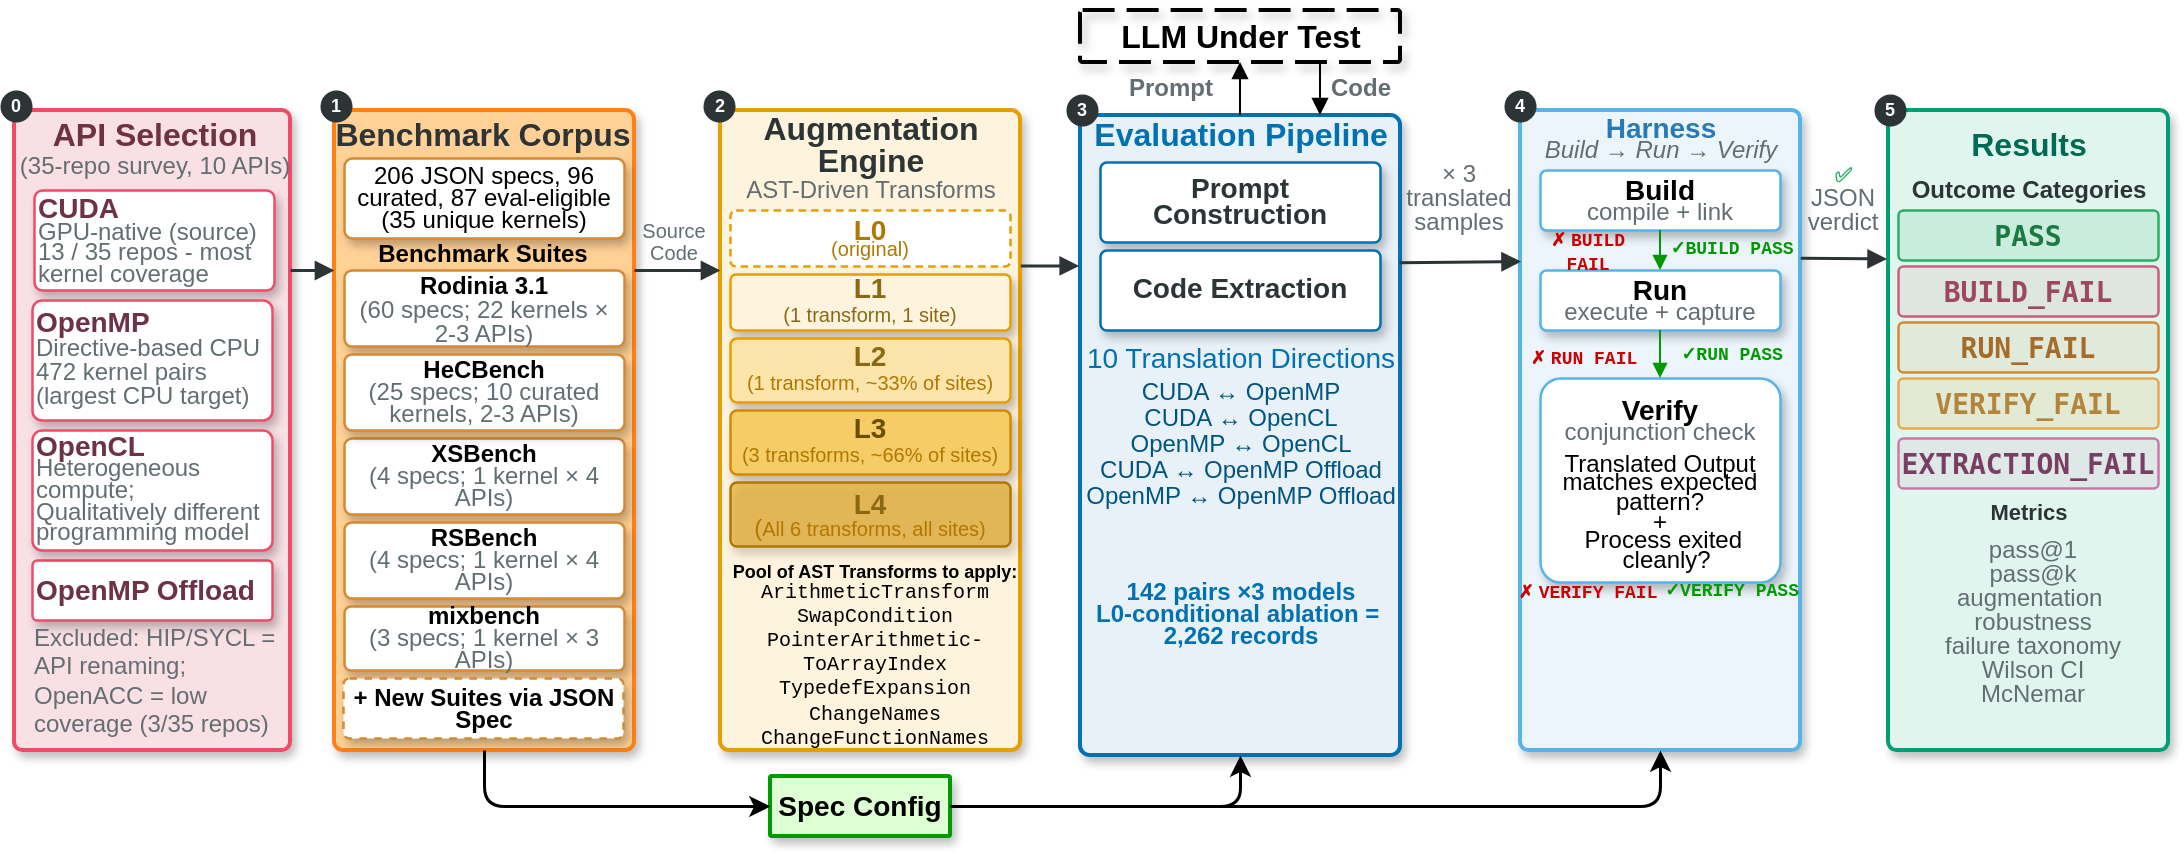
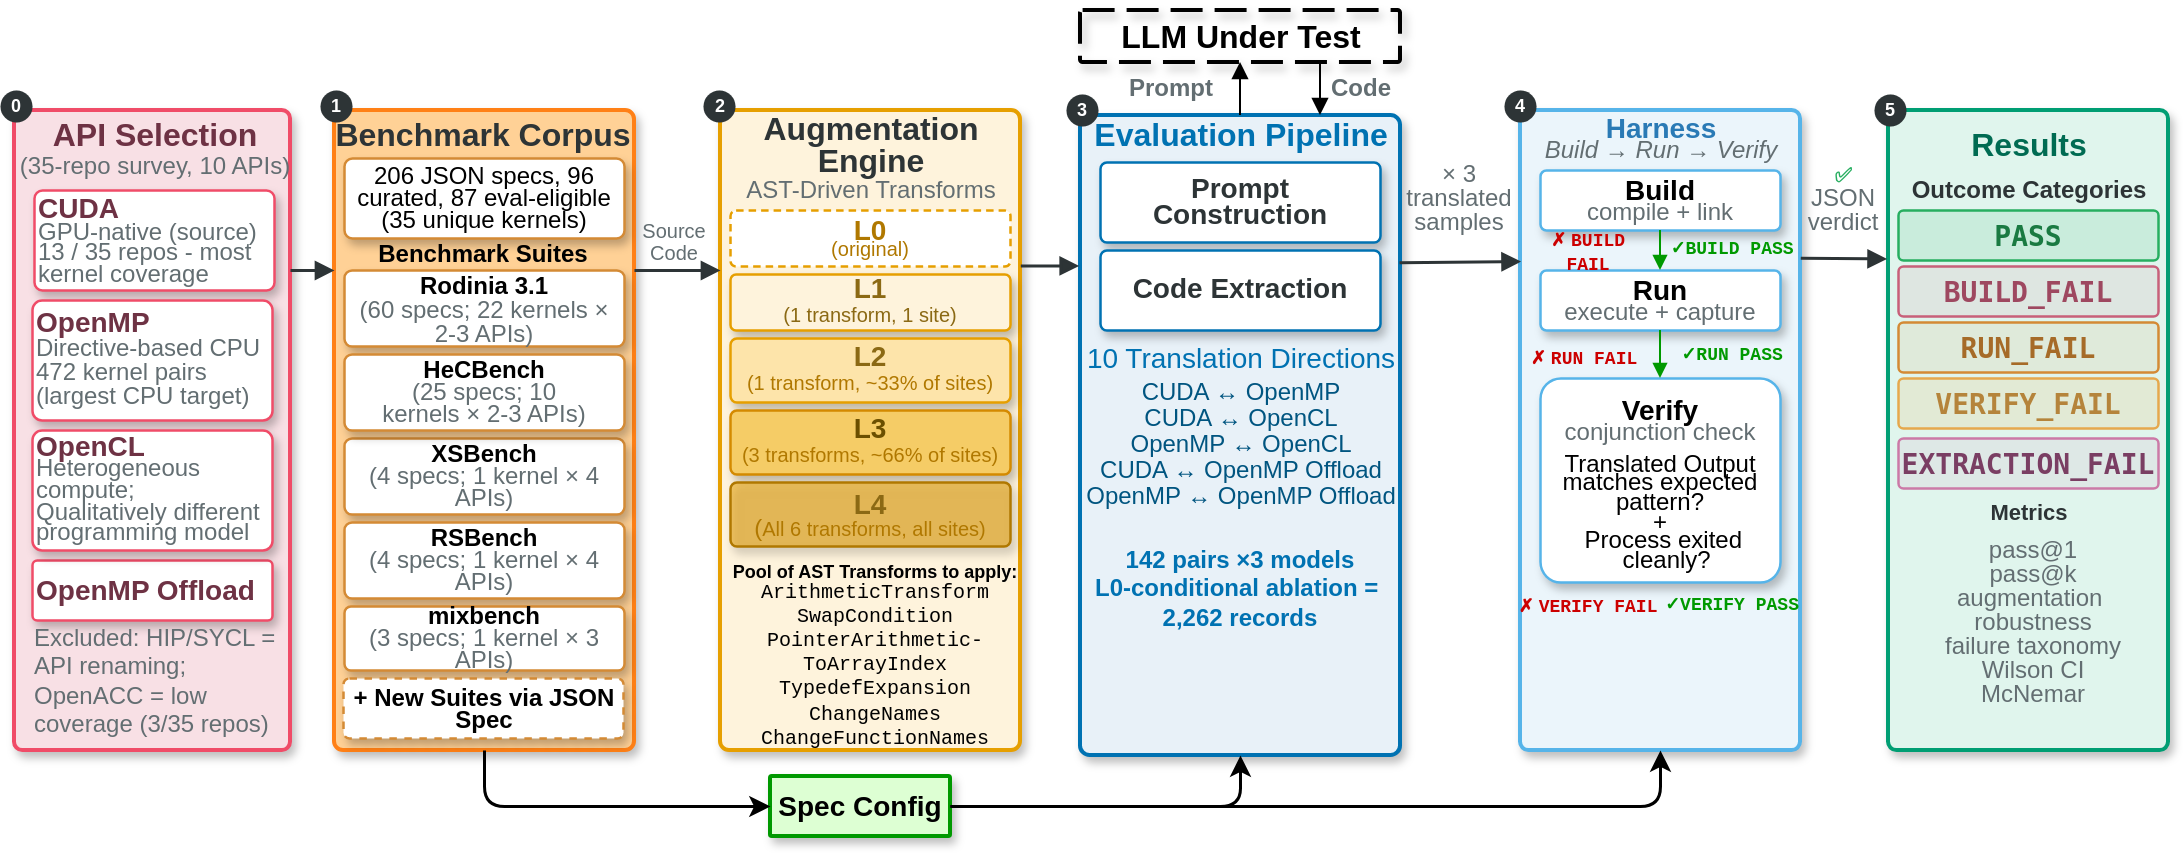
<mxfile host="Electron" agent="Mozilla/5.0 (Macintosh; Intel Mac OS X 10_15_7) AppleWebKit/537.36 (KHTML, like Gecko) draw.io/29.6.6 Chrome/144.0.7559.236 Electron/40.8.4 Safari/537.36">
  <diagram name="Page-1" id="bUnr9loA30vD7awPn5Ir">
-     <mxGraphModel dx="1881" dy="716" grid="1" gridSize="10" guides="1" tooltips="1" connect="1" arrows="1" fold="1" page="1" pageScale="1" pageWidth="990" pageHeight="600" background="#ffffff" math="0" shadow="0">
+     <mxGraphModel dx="1403" dy="332" grid="1" gridSize="10" guides="1" tooltips="1" connect="1" arrows="1" fold="1" page="1" pageScale="1" pageWidth="990" pageHeight="600" background="#ffffff" math="0" shadow="0">
      <root>
        <mxCell id="0" />
        <mxCell id="1" parent="0" />
        <mxCell id="akmjjUN86HI4yd5fyELq-2" parent="1" style="rounded=1;whiteSpace=wrap;html=1;arcSize=3;fillColor=#F8E0E5;strokeColor=#F04C68;strokeWidth=2;shadow=1;glass=0;gradientColor=none;" value="" vertex="1">
          <mxGeometry height="320" width="138" x="-143" y="110" as="geometry" />
        </mxCell>
        <mxCell id="llm_container" parent="1" style="rounded=1;arcSize=5;fillColor=none;strokeColor=#000000;strokeWidth=2;dashed=1;dashPattern=8 3;shadow=1;labelBackgroundColor=none;html=1;autosizeText=1;fontSize=6;" value="&lt;b&gt;&lt;font style=&quot;font-size: 16px;&quot;&gt;LLM Under Test&lt;/font&gt;&lt;/b&gt;" vertex="1">
          <mxGeometry height="26" width="160" x="390" y="60" as="geometry" />
        </mxCell>
        <mxCell id="benchmark_container" parent="1" style="rounded=1;whiteSpace=wrap;html=1;arcSize=3;fillColor=#FFD196;strokeColor=#FF8016;strokeWidth=2;shadow=1;" value="" vertex="1">
          <mxGeometry height="320" width="150" x="17" y="110" as="geometry" />
        </mxCell>
        <mxCell id="suites_header" parent="1" style="text;html=1;align=center;verticalAlign=middle;fontSize=12;fontColor=#2D3436;rounded=1;" value="&lt;b&gt;&lt;font style=&quot;color: rgb(0, 0, 0); line-height: 80%;&quot;&gt;Benchmark Suites&lt;/font&gt;&lt;/b&gt;" vertex="1">
          <mxGeometry height="20" width="130" x="26" y="172" as="geometry" />
        </mxCell>
        <mxCell id="rodinia" parent="1" style="rounded=1;whiteSpace=wrap;html=1;arcSize=10;fillColor=#FFFFFF;strokeColor=#D48A35;strokeWidth=1.25;fontSize=12;shadow=1;" value="&lt;div style=&quot;line-height: 100%;&quot;&gt;&lt;b&gt;&lt;font style=&quot;line-height: 100%;&quot;&gt;&lt;font&gt;Rodinia 3.1&lt;/font&gt;&lt;br&gt;&lt;div style=&quot;font-size: 14px; line-height: 80%;&quot;&gt;&lt;font style=&quot;color: rgb(99, 110, 114); background-color: transparent; font-size: 12px; font-weight: normal; line-height: 80%;&quot;&gt;(&lt;/font&gt;&lt;font style=&quot;color: rgb(99, 110, 114); background-color: transparent; font-size: 12px; font-weight: normal; line-height: 80%;&quot;&gt;&lt;span&gt;60 specs; 22 kernels × 2-3 APIs)&lt;/span&gt;&lt;/font&gt;&lt;/div&gt;&lt;/font&gt;&lt;/b&gt;&lt;/div&gt;" vertex="1">
          <mxGeometry height="38" width="140" x="22" y="190" as="geometry" />
        </mxCell>
        <mxCell id="xsbench" parent="1" style="rounded=1;whiteSpace=wrap;html=1;arcSize=10;fillColor=#FFFFFF;strokeColor=#D48A35;strokeWidth=1.25;fontSize=12;shadow=1;" value="&lt;div style=&quot;line-height: 90%;&quot;&gt;&lt;font style=&quot;line-height: 90%;&quot;&gt;&lt;b style=&quot;&quot;&gt;&lt;font&gt;XSBench&lt;/font&gt;&lt;br&gt;&lt;/b&gt;&lt;/font&gt;&lt;font style=&quot;line-height: 80%;&quot;&gt;&lt;span style=&quot;color: rgb(99, 110, 114);&quot;&gt;(4 specs;&amp;nbsp;&lt;/span&gt;&lt;span style=&quot;color: rgb(99, 110, 114); text-align: left;&quot;&gt;1 kernel&amp;nbsp;&lt;/span&gt;&lt;span style=&quot;color: rgb(99, 110, 114); text-align: left;&quot;&gt;×&lt;/span&gt;&lt;span style=&quot;color: rgb(99, 110, 114); text-align: left;&quot;&gt;&amp;nbsp;4 APIs&lt;/span&gt;&lt;span style=&quot;color: rgb(99, 110, 114);&quot;&gt;)&lt;/span&gt;&lt;/font&gt;&lt;/div&gt;" vertex="1">
          <mxGeometry height="38" width="140" x="22" y="274" as="geometry" />
        </mxCell>
        <mxCell id="rsbench" parent="1" style="rounded=1;whiteSpace=wrap;html=1;arcSize=10;fillColor=#FFFFFF;strokeColor=#D48A35;strokeWidth=1.25;fontSize=12;shadow=1;" value="&lt;div style=&quot;line-height: 90%;&quot;&gt;&lt;b&gt;&lt;font style=&quot;line-height: 90%;&quot;&gt;&lt;font&gt;RSBench&lt;/font&gt;&lt;br&gt;&lt;/font&gt;&lt;/b&gt;&lt;font style=&quot;line-height: 80%;&quot;&gt;&lt;span style=&quot;color: rgb(99, 110, 114);&quot;&gt;(4 specs;&amp;nbsp;&lt;/span&gt;&lt;span style=&quot;color: rgb(99, 110, 114); text-align: left;&quot;&gt;1 kernel&amp;nbsp;&lt;/span&gt;&lt;span style=&quot;color: rgb(99, 110, 114); text-align: left;&quot;&gt;×&lt;/span&gt;&lt;span style=&quot;color: rgb(99, 110, 114); text-align: left;&quot;&gt;&amp;nbsp;4 APIs&lt;/span&gt;&lt;span style=&quot;color: rgb(99, 110, 114);&quot;&gt;)&lt;/span&gt;&lt;/font&gt;&lt;/div&gt;" vertex="1">
          <mxGeometry height="38" width="140" x="22" y="316" as="geometry" />
        </mxCell>
        <mxCell id="mixbench" parent="1" style="rounded=1;whiteSpace=wrap;html=1;arcSize=10;fillColor=#FFFFFF;strokeColor=#D48A35;strokeWidth=1.25;fontSize=12;shadow=1;movable=1;resizable=1;rotatable=1;deletable=1;editable=1;locked=0;connectable=1;" value="&lt;div style=&quot;line-height: 90%;&quot;&gt;&lt;b&gt;&lt;font style=&quot;line-height: 90%;&quot;&gt;&lt;font&gt;mixbench&lt;/font&gt;&lt;br&gt;&lt;/font&gt;&lt;/b&gt;&lt;font style=&quot;line-height: 80%;&quot;&gt;&lt;span style=&quot;color: rgb(99, 110, 114);&quot;&gt;(3 specs;&amp;nbsp;&lt;/span&gt;&lt;span style=&quot;color: rgb(99, 110, 114); text-align: left;&quot;&gt;1 kernel&amp;nbsp;&lt;/span&gt;&lt;span style=&quot;color: rgb(99, 110, 114); text-align: left;&quot;&gt;×&lt;/span&gt;&lt;span style=&quot;color: rgb(99, 110, 114); text-align: left;&quot;&gt;&amp;nbsp;3 APIs&lt;/span&gt;&lt;span style=&quot;color: rgb(99, 110, 114);&quot;&gt;)&lt;/span&gt;&lt;/font&gt;&lt;/div&gt;" vertex="1">
          <mxGeometry height="32" width="140" x="22" y="358" as="geometry" />
        </mxCell>
-         <mxCell id="hecbench" parent="1" style="rounded=1;whiteSpace=wrap;html=1;arcSize=10;fillColor=#FFFFFF;strokeColor=#D48A35;strokeWidth=1.25;fontSize=11;shadow=1;" value="&lt;div style=&quot;line-height: 100%;&quot;&gt;&lt;b&gt;&lt;font style=&quot;line-height: 100%;&quot;&gt;&lt;font style=&quot;font-size: 12px;&quot;&gt;HeCBench&lt;/font&gt;&lt;br&gt;&lt;/font&gt;&lt;/b&gt;&lt;font style=&quot;color: rgb(99, 110, 114); font-size: 12px; line-height: 80%;&quot;&gt;(25 specs;&amp;nbsp;&lt;span style=&quot;text-align: left;&quot;&gt;10 curated kernels, 2-&lt;/span&gt;&lt;span style=&quot;text-align: left;&quot;&gt;3 APIs&lt;/span&gt;)&lt;/font&gt;&lt;/div&gt;" vertex="1">
+         <mxCell id="hecbench" parent="1" style="rounded=1;whiteSpace=wrap;html=1;arcSize=10;fillColor=#FFFFFF;strokeColor=#D48A35;strokeWidth=1.25;fontSize=11;shadow=1;" value="&lt;div style=&quot;line-height: 100%;&quot;&gt;&lt;b&gt;&lt;font style=&quot;line-height: 100%;&quot;&gt;&lt;font style=&quot;font-size: 12px;&quot;&gt;HeCBench&lt;/font&gt;&lt;br&gt;&lt;/font&gt;&lt;/b&gt;&lt;font style=&quot;color: rgb(99, 110, 114); font-size: 12px; line-height: 80%;&quot;&gt;(25 specs;&amp;nbsp;&lt;span style=&quot;text-align: left;&quot;&gt;10 kernels&amp;nbsp;&lt;/span&gt;&lt;/font&gt;&lt;span style=&quot;color: rgb(99, 110, 114); font-size: 12px; background-color: transparent;&quot;&gt;×&amp;nbsp;&lt;/span&gt;&lt;span style=&quot;color: rgb(99, 110, 114); font-size: 12px; background-color: transparent; text-align: left;&quot;&gt;2-&lt;/span&gt;&lt;span style=&quot;color: rgb(99, 110, 114); font-size: 12px; background-color: transparent; text-align: left;&quot;&gt;3 APIs&lt;/span&gt;&lt;span style=&quot;color: rgb(99, 110, 114); font-size: 12px; background-color: transparent;&quot;&gt;)&lt;/span&gt;&lt;/div&gt;" vertex="1">
          <mxGeometry height="38" width="140" x="22" y="232" as="geometry" />
        </mxCell>
        <mxCell id="aug_container" parent="1" style="rounded=1;whiteSpace=wrap;html=1;arcSize=3;fillColor=#FEF3DC;strokeColor=#E69F00;strokeWidth=2;shadow=1;" value="" vertex="1">
          <mxGeometry height="320" width="150" x="210" y="110" as="geometry" />
        </mxCell>
        <mxCell id="aug_title1" parent="1" style="text;html=1;align=center;verticalAlign=middle;fontColor=#2D3436;rounded=1;" value="&lt;div style=&quot;line-height: 100%;&quot;&gt;&lt;b&gt;&lt;font&gt;&lt;font style=&quot;font-size: 16px; line-height: 100%;&quot;&gt;Augmentation&lt;br&gt;Engine&lt;/font&gt;&lt;br&gt;&lt;/font&gt;&lt;/b&gt;&lt;span style=&quot;color: rgb(99, 110, 114);&quot;&gt;&lt;font&gt;AST-Driven Transforms&lt;/font&gt;&lt;/span&gt;&lt;/div&gt;" vertex="1">
          <mxGeometry height="30" width="130" x="220" y="118" as="geometry" />
        </mxCell>
        <mxCell id="aug_transforms1" parent="1" style="text;html=1;align=center;verticalAlign=middle;fontSize=9;fontColor=#636e72;rounded=1;" value="&lt;div style=&quot;&quot;&gt;&lt;b&gt;&lt;font style=&quot;color: rgb(0, 0, 0);&quot;&gt;Pool of AST Transforms to apply:&lt;/font&gt;&lt;/b&gt;&lt;/div&gt;&lt;div style=&quot;&quot;&gt;&lt;div style=&quot;&quot;&gt;&lt;span style=&quot;color: rgb(0, 0, 0); font-family: &amp;quot;Courier New&amp;quot;; background-color: transparent;&quot;&gt;&lt;font style=&quot;font-size: 10px;&quot;&gt;ArithmeticTransform&lt;/font&gt;&lt;/span&gt;&lt;/div&gt;&lt;span style=&quot;color: rgb(77, 77, 77);&quot;&gt;&lt;div style=&quot;&quot;&gt;&lt;span style=&quot;color: rgb(0, 0, 0); font-family: &amp;quot;Courier New&amp;quot;; background-color: transparent;&quot;&gt;&lt;font style=&quot;font-size: 10px;&quot;&gt;SwapCondition&lt;/font&gt;&lt;/span&gt;&lt;/div&gt;&lt;/span&gt;&lt;/div&gt;&lt;div style=&quot;&quot;&gt;&lt;span style=&quot;color: rgb(77, 77, 77);&quot;&gt;&lt;font face=&quot;Courier New&quot; style=&quot;color: rgb(0, 0, 0); font-size: 10px;&quot;&gt;PointerArithmetic-&lt;br&gt;ToArrayIndex&lt;/font&gt;&lt;/span&gt;&lt;/div&gt;&lt;div style=&quot;&quot;&gt;&lt;div style=&quot;&quot;&gt;&lt;span style=&quot;color: rgb(0, 0, 0); font-family: &amp;quot;Courier New&amp;quot;; background-color: transparent;&quot;&gt;&lt;font style=&quot;font-size: 10px;&quot;&gt;TypedefExpansion&lt;/font&gt;&lt;/span&gt;&lt;/div&gt;&lt;span style=&quot;color: rgb(77, 77, 77);&quot;&gt;&lt;font style=&quot;font-size: 10px;&quot;&gt;&lt;div style=&quot;&quot;&gt;&lt;span style=&quot;color: rgb(0, 0, 0); font-family: &amp;quot;Courier New&amp;quot;; background-color: transparent;&quot;&gt;ChangeNames&lt;/span&gt;&lt;/div&gt;&lt;font face=&quot;Courier New&quot; style=&quot;color: rgb(0, 0, 0);&quot;&gt;&lt;div style=&quot;&quot;&gt;&lt;span style=&quot;background-color: transparent;&quot;&gt;ChangeFunctionNames&lt;/span&gt;&lt;/div&gt;&lt;/font&gt;&lt;/font&gt;&lt;/span&gt;&lt;/div&gt;" vertex="1">
          <mxGeometry height="14" width="144" x="215" y="376" as="geometry" />
        </mxCell>
        <mxCell id="L0" parent="1" style="rounded=1;whiteSpace=wrap;html=1;arcSize=10;fillColor=#FFFFFF;strokeColor=#E69F00;strokeWidth=1.25;dashed=1;dashPattern=3 2;fontSize=10;fontStyle=1;fontColor=#B07800;" value="&lt;div style=&quot;line-height: 80%;&quot;&gt;&lt;font&gt;&lt;span style=&quot;font-size: 14px; line-height: 80%;&quot;&gt;L0&lt;/span&gt;&lt;span style=&quot;font-size: 12px;&quot;&gt;&lt;br&gt;&lt;/span&gt;&lt;/font&gt;&lt;font style=&quot;font-weight: normal; line-height: 80%;&quot;&gt;(original)&lt;/font&gt;&lt;/div&gt;" vertex="1">
          <mxGeometry height="28" width="140" x="215" y="160" as="geometry" />
        </mxCell>
        <mxCell id="L1" parent="1" style="rounded=1;whiteSpace=wrap;html=1;arcSize=10;fillColor=#FEF3DC;strokeColor=#E69F00;strokeWidth=1.25;fontSize=10;fontStyle=1;fontColor=#8B6914;shadow=1;align=center;" value="&lt;font style=&quot;line-height: 80%;&quot;&gt;&lt;span style=&quot;line-height: 80%;&quot;&gt;&lt;font style=&quot;font-size: 14px;&quot;&gt;L1&lt;/font&gt;&lt;br&gt;&lt;/span&gt;&lt;font style=&quot;font-weight: normal; line-height: 80%;&quot;&gt;(1 transform, 1 site)&lt;/font&gt;&lt;/font&gt;" vertex="1">
          <mxGeometry height="28" width="140" x="215" y="192" as="geometry" />
        </mxCell>
        <mxCell id="L2" parent="1" style="rounded=1;whiteSpace=wrap;html=1;arcSize=10;fillColor=#FDE4AA;strokeColor=#E69F00;strokeWidth=1.25;fontSize=10;fontStyle=1;fontColor=#8B6914;shadow=1;align=center;" value="&lt;font style=&quot;line-height: 80%;&quot;&gt;&lt;span style=&quot;line-height: 80%;&quot;&gt;&lt;font style=&quot;font-size: 14px;&quot;&gt;L2&lt;/font&gt;&lt;br&gt;&lt;/span&gt;&lt;font style=&quot;color: rgb(176, 120, 0); font-weight: normal; line-height: 80%;&quot;&gt;(1 transform, ~33% of sites)&lt;/font&gt;&lt;/font&gt;" vertex="1">
          <mxGeometry height="32" width="140" x="215" y="224" as="geometry" />
        </mxCell>
        <mxCell id="L3" parent="1" style="rounded=1;whiteSpace=wrap;html=1;arcSize=10;fillColor=#F5CC66;strokeColor=#D48A00;strokeWidth=1.25;fontSize=10;fontStyle=1;fontColor=#6B4F00;shadow=1;align=center;perimeterSpacing=1;" value="&lt;font style=&quot;line-height: 80%;&quot;&gt;&lt;span style=&quot;line-height: 80%;&quot;&gt;&lt;font style=&quot;font-size: 14px;&quot;&gt;L3&lt;/font&gt;&lt;br&gt;&lt;/span&gt;&lt;font style=&quot;color: rgb(176, 120, 0); font-weight: normal; line-height: 80%;&quot;&gt;(3 transforms, ~66% of sites)&lt;/font&gt;&lt;/font&gt;" vertex="1">
          <mxGeometry height="32" width="140" x="215" y="260" as="geometry" />
        </mxCell>
        <mxCell id="L4" parent="1" style="rounded=1;whiteSpace=wrap;html=1;arcSize=10;fillColor=#E69F00;fillOpacity=55;strokeColor=#B07800;strokeWidth=1.25;fontSize=10;fontColor=#3D2800;shadow=1;align=center;" value="&lt;div style=&quot;line-height: 100%;&quot;&gt;&lt;font style=&quot;color: rgb(139, 105, 20);&quot;&gt;&lt;font color=&quot;#8b6914&quot; style=&quot;font-size: 14px;&quot;&gt;&lt;span style=&quot;line-height: 100%;&quot;&gt;&lt;b style=&quot;&quot;&gt;L4&lt;/b&gt;&lt;/span&gt;&lt;/font&gt;&lt;b&gt;&lt;br&gt;&lt;/b&gt;&lt;/font&gt;&lt;span style=&quot;line-height: 100%;&quot;&gt;&lt;font style=&quot;color: rgb(176, 120, 0); font-size: 12px;&quot;&gt;(&lt;/font&gt;&lt;font style=&quot;color: rgb(176, 120, 0);&quot;&gt;All 6 transforms, all sites)&lt;/font&gt;&lt;/span&gt;&lt;/div&gt;" vertex="1">
          <mxGeometry height="32" width="140" x="215" y="296" as="geometry" />
        </mxCell>
        <mxCell id="pipeline_container" parent="1" style="rounded=1;whiteSpace=wrap;html=1;arcSize=3;fillColor=#E8F1F8;strokeColor=#0072B2;strokeWidth=2;shadow=1;" value="" vertex="1">
          <mxGeometry height="320" width="160" x="390" y="112.5" as="geometry" />
        </mxCell>
        <mxCell id="pipe_title" parent="1" style="text;html=1;align=center;verticalAlign=middle;rounded=1;" value="&lt;font color=&quot;#0072B2&quot; style=&quot;font-size: 16px;&quot;&gt;&lt;b style=&quot;&quot;&gt;Evaluation Pipeline&lt;/b&gt;&lt;/font&gt;" vertex="1">
          <mxGeometry height="20" width="150" x="395" y="112" as="geometry" />
        </mxCell>
        <mxCell id="pipe_dirs_title" parent="1" style="text;html=1;align=center;verticalAlign=middle;fontSize=11;rounded=1;" value="&lt;font color=&quot;#0072B2&quot; style=&quot;font-size: 14px;&quot;&gt;10 Translation Directions&lt;/font&gt;" vertex="1">
          <mxGeometry height="20" width="150" x="395" y="224" as="geometry" />
        </mxCell>
        <mxCell id="pipe_dir1" parent="1" style="text;html=1;align=center;verticalAlign=middle;fontSize=11;fontColor=#005580;rounded=1;" value="&lt;font style=&quot;line-height: 80%; font-size: 12px;&quot; face=&quot;Helvetica&quot;&gt;CUDA  ↔  OpenMP&lt;br&gt;CUDA ↔ OpenCL&lt;br&gt;OpenMP ↔ OpenCL&lt;br&gt;CUDA ↔ OpenMP Offload&lt;br&gt;OpenMP ↔ OpenMP Offload&lt;/font&gt;" vertex="1">
          <mxGeometry height="66" width="90" x="425" y="244" as="geometry" />
-         </mxCell>
-         <mxCell id="pipe_tasks1" parent="1" style="text;html=1;align=center;verticalAlign=middle;fontSize=10;rounded=1;" value="&lt;p style=&quot;line-height: 90%;&quot;&gt;&lt;b style=&quot;line-height: 100%;&quot;&gt;&lt;font style=&quot;font-size: 12px;&quot;&gt;&lt;font face=&quot;Helvetica&quot; style=&quot;color: rgb(0, 114, 178);&quot;&gt;&lt;font style=&quot;&quot;&gt;&lt;font style=&quot;&quot;&gt;142 pairs&amp;nbsp;&lt;/font&gt;&lt;/font&gt;&lt;/font&gt;&lt;/font&gt;&lt;/b&gt;&lt;b style=&quot;background-color: transparent; color: light-dark(rgb(0, 0, 0), rgb(255, 255, 255)); line-height: 100%;&quot;&gt;&lt;font style=&quot;font-size: 12px;&quot;&gt;&lt;font face=&quot;Helvetica&quot; style=&quot;color: rgb(0, 114, 178);&quot;&gt;&lt;span class=&quot;Yjhzub&quot; data-sfc-root=&quot;c&quot; data-sfc-cb=&quot;&quot; data-processed=&quot;true&quot; style=&quot;caret-color: rgb(10, 10, 10); text-wrap-mode: wrap; text-decoration-thickness: auto; text-decoration-style: solid;&quot;&gt;×3 models&lt;br&gt;&lt;/span&gt;&lt;/font&gt;&lt;/font&gt;&lt;/b&gt;&lt;b style=&quot;background-color: transparent; color: light-dark(rgb(0, 0, 0), rgb(255, 255, 255)); line-height: 100%;&quot;&gt;&lt;font style=&quot;font-size: 12px;&quot;&gt;&lt;span style=&quot;color: rgb(0, 114, 178); background-color: transparent;&quot;&gt;&lt;span style=&quot;background-color: transparent;&quot;&gt;&lt;span class=&quot;Yjhzub&quot; data-sfc-root=&quot;c&quot; data-sfc-cb=&quot;&quot; data-processed=&quot;true&quot; style=&quot;text-wrap-mode: wrap; text-decoration-thickness: auto; text-decoration-style: solid; caret-color: rgb(10, 10, 10);&quot;&gt;L0-conditional ablation =&amp;nbsp;&lt;br&gt;&lt;/span&gt;&lt;/span&gt;&lt;b style=&quot;background-color: transparent; color: light-dark(rgb(0, 0, 0), rgb(255, 255, 255)); font-size: 10px; line-height: 100%;&quot;&gt;&lt;font style=&quot;font-size: 12px;&quot;&gt;&lt;span style=&quot;color: rgb(0, 114, 178); background-color: transparent;&quot;&gt;&lt;span style=&quot;background-color: transparent;&quot;&gt;&lt;span class=&quot;Yjhzub&quot; data-sfc-root=&quot;c&quot; data-sfc-cb=&quot;&quot; data-processed=&quot;true&quot; style=&quot;text-wrap-mode: wrap; text-decoration-thickness: auto; text-decoration-style: solid; caret-color: rgb(10, 10, 10);&quot;&gt;2,262 records&lt;/span&gt;&lt;/span&gt;&lt;/span&gt;&lt;/font&gt;&lt;/b&gt;&lt;span style=&quot;background-color: transparent;&quot;&gt;&lt;span class=&quot;Yjhzub&quot; data-sfc-root=&quot;c&quot; data-sfc-cb=&quot;&quot; data-processed=&quot;true&quot; style=&quot;text-wrap-mode: wrap; text-decoration-thickness: auto; text-decoration-style: solid; caret-color: rgb(10, 10, 10);&quot;&gt;&lt;br&gt;&lt;/span&gt;&lt;/span&gt;&lt;/span&gt;&lt;/font&gt;&lt;/b&gt;&lt;/p&gt;&lt;p&gt;&lt;/p&gt;" vertex="1">
-           <mxGeometry height="50" width="118.5" x="410.75" y="336.5" as="geometry" />
        </mxCell>
        <mxCell id="harness_container" parent="1" style="rounded=1;whiteSpace=wrap;html=1;arcSize=3;fillColor=#EBF5FB;strokeColor=#56B4E9;strokeWidth=2;shadow=1;" value="" vertex="1">
          <mxGeometry height="320" width="140" x="610" y="110" as="geometry" />
        </mxCell>
        <mxCell id="harness_title" parent="1" style="text;html=1;align=center;verticalAlign=middle;rounded=1;" value="&lt;div style=&quot;line-height: 80%;&quot;&gt;&lt;font color=&quot;#2A7AB5&quot; style=&quot;font-size: 14px; line-height: 80%;&quot;&gt;&lt;b&gt;Harness&lt;/b&gt;&lt;/font&gt;&lt;br&gt;&lt;i style=&quot;color: rgb(99, 110, 114); line-height: 80%;&quot;&gt;&lt;font&gt;Build → Run → Verify&lt;/font&gt;&lt;/i&gt;&lt;/div&gt;" vertex="1">
          <mxGeometry height="20" width="116.5" x="621.75" y="114" as="geometry" />
        </mxCell>
        <mxCell id="build_box" parent="1" style="rounded=1;whiteSpace=wrap;html=1;arcSize=10;fillColor=#FFFFFF;strokeColor=#56B4E9;strokeWidth=1.25;fontSize=13;shadow=1;" value="&lt;div style=&quot;line-height: 80%;&quot;&gt;&lt;b&gt;&lt;font style=&quot;font-size: 14px; line-height: 80%;&quot;&gt;Build&lt;/font&gt;&lt;/b&gt;&lt;br&gt;&lt;font style=&quot;line-height: 80%; font-size: 12px;&quot; color=&quot;#636e72&quot;&gt;compile + link&lt;/font&gt;&lt;/div&gt;" vertex="1">
          <mxGeometry height="30" width="120" x="620" y="140" as="geometry" />
        </mxCell>
        <mxCell id="run_box" parent="1" style="rounded=1;whiteSpace=wrap;html=1;arcSize=10;fillColor=#FFFFFF;strokeColor=#56B4E9;strokeWidth=1.25;fontSize=13;shadow=1;" value="&lt;div style=&quot;line-height: 80%;&quot;&gt;&lt;font style=&quot;font-size: 14px; line-height: 80%;&quot;&gt;&lt;b&gt;Run&lt;/b&gt;&lt;br&gt;&lt;/font&gt;&lt;font style=&quot;line-height: 80%; font-size: 12px;&quot; color=&quot;#636e72&quot;&gt;execute + capture&lt;/font&gt;&lt;/div&gt;" vertex="1">
          <mxGeometry height="30" width="120" x="620" y="190" as="geometry" />
        </mxCell>
        <mxCell id="verify_box" parent="1" style="rounded=1;whiteSpace=wrap;html=1;arcSize=10;fillColor=#FFFFFF;strokeColor=#56B4E9;strokeWidth=1.25;fontSize=13;verticalAlign=top;spacingTop=4;shadow=1;" value="&lt;div style=&quot;line-height: 80%;&quot;&gt;&lt;b&gt;&lt;font style=&quot;font-size: 14px; line-height: 80%;&quot;&gt;Verify&lt;/font&gt;&lt;/b&gt;&lt;br&gt;&lt;font style=&quot;line-height: 80%; font-size: 12px;&quot; color=&quot;#636e72&quot;&gt;conjunction check&lt;/font&gt;&lt;/div&gt;" vertex="1">
          <mxGeometry height="102" width="120" x="620" y="244" as="geometry" />
        </mxCell>
        <mxCell id="build_to_run" edge="1" parent="1" source="build_box" style="strokeColor=#009900;strokeWidth=1;endArrow=block;endFill=1;endSize=5;html=1;shadow=0;exitX=0.5;exitY=1;exitDx=0;exitDy=0;entryX=0.5;entryY=0;entryDx=0;entryDy=0;" target="run_box" value="">
          <mxGeometry relative="1" x="-0.3333" y="24" as="geometry">
            <mxPoint x="1" as="offset" />
          </mxGeometry>
        </mxCell>
        <mxCell id="run_to_verify" edge="1" parent="1" source="run_box" style="strokeColor=#009900;strokeWidth=1;endArrow=block;endFill=1;endSize=5;html=1;" target="verify_box" value="">
          <mxGeometry relative="1" as="geometry" />
        </mxCell>
        <mxCell id="results_container" parent="1" style="rounded=1;whiteSpace=wrap;html=1;arcSize=3;fillColor=#E0F5ED;strokeColor=#009E73;strokeWidth=2;shadow=1;" value="" vertex="1">
          <mxGeometry height="320" width="140" x="794" y="110" as="geometry" />
        </mxCell>
        <mxCell id="results_title" parent="1" style="text;html=1;align=center;verticalAlign=middle;rounded=1;" value="&lt;div style=&quot;line-height: 80%;&quot;&gt;&lt;font color=&quot;#006B52&quot; style=&quot;line-height: 80%; font-size: 16px;&quot;&gt;&lt;b style=&quot;&quot;&gt;Results&lt;/b&gt;&lt;/font&gt;&lt;br&gt;&lt;/div&gt;" vertex="1">
          <mxGeometry height="30" width="120" x="804" y="112.5" as="geometry" />
        </mxCell>
        <mxCell id="outcome_title" parent="1" style="text;html=1;align=center;verticalAlign=middle;fontSize=11;fontColor=#2D3436;rounded=1;" value="&lt;b&gt;&lt;font style=&quot;font-size: 12px;&quot;&gt;Outcome Categories&lt;/font&gt;&lt;/b&gt;" vertex="1">
          <mxGeometry height="20" width="120" x="804" y="140" as="geometry" />
        </mxCell>
        <mxCell id="pass_box" parent="1" style="rounded=1;whiteSpace=wrap;html=1;arcSize=10;fillColor=#27ae60;fillOpacity=12;strokeColor=#27ae60;strokeWidth=1.25;fontSize=10;fontColor=#1a7a42;" value="&lt;code&gt;&lt;b&gt;&lt;font style=&quot;font-size: 14px;&quot;&gt;PASS&lt;/font&gt;&lt;/b&gt;&lt;/code&gt;" vertex="1">
          <mxGeometry height="25" width="130" x="799" y="160" as="geometry" />
        </mxCell>
        <mxCell id="buildfail_box" parent="1" style="rounded=1;whiteSpace=wrap;html=1;arcSize=10;fillColor=#C8607A;fillOpacity=10;strokeColor=#C8607A;strokeWidth=1.25;fontSize=10;fontColor=#9E4860;" value="&lt;code&gt;&lt;b&gt;&lt;font style=&quot;font-size: 14px;&quot;&gt;BUILD_FAIL&lt;/font&gt;&lt;/b&gt;&lt;/code&gt;" vertex="1">
          <mxGeometry height="25" width="130" x="799" y="188" as="geometry" />
        </mxCell>
        <mxCell id="runfail_box" parent="1" style="rounded=1;whiteSpace=wrap;html=1;arcSize=10;fillColor=#D48A35;fillOpacity=10;strokeColor=#D48A35;strokeWidth=1.25;fontSize=10;fontColor=#A66B28;" value="&lt;code&gt;&lt;b&gt;&lt;font style=&quot;font-size: 14px;&quot;&gt;RUN_FAIL&lt;/font&gt;&lt;/b&gt;&lt;/code&gt;" vertex="1">
          <mxGeometry height="25" width="130" x="799" y="216" as="geometry" />
        </mxCell>
        <mxCell id="verifyfail_box" parent="1" style="rounded=1;whiteSpace=wrap;html=1;arcSize=10;fillColor=#E6A84D;fillOpacity=15;strokeColor=#E6A84D;strokeWidth=1.25;fontSize=10;fontColor=#B5843B;" value="&lt;code&gt;&lt;b&gt;&lt;font style=&quot;font-size: 14px;&quot;&gt;VERIFY_FAIL&lt;/font&gt;&lt;/b&gt;&lt;/code&gt;" vertex="1">
          <mxGeometry height="25" width="130" x="799" y="244" as="geometry" />
        </mxCell>
        <mxCell id="extractfail_box" parent="1" style="rounded=1;whiteSpace=wrap;html=1;arcSize=10;fillColor=#CC79A7;fillOpacity=10;strokeColor=#CC79A7;strokeWidth=1.25;fontSize=9;fontColor=#7A3E63;" value="&lt;code&gt;&lt;b&gt;&lt;font style=&quot;font-size: 14px;&quot;&gt;EXTRACTION_FAIL&lt;/font&gt;&lt;/b&gt;&lt;/code&gt;" vertex="1">
          <mxGeometry height="25" width="130" x="799" y="274" as="geometry" />
        </mxCell>
        <mxCell id="metrics_title" parent="1" style="text;html=1;align=center;verticalAlign=middle;fontSize=11;fontColor=#2D3436;rounded=1;" value="&lt;b style=&quot;line-height: 80%;&quot;&gt;Metrics&lt;/b&gt;" vertex="1">
          <mxGeometry height="20" width="120" x="804" y="301" as="geometry" />
        </mxCell>
        <mxCell id="sources_to_aug" edge="1" parent="1" source="benchmark_container" style="strokeColor=#2D3436;strokeWidth=1.5;endArrow=block;endFill=1;endSize=6;entryX=0;entryY=0.25;entryDx=0;entryDy=0;exitX=1;exitY=0.25;exitDx=0;exitDy=0;" target="aug_container">
          <mxGeometry relative="1" as="geometry">
            <mxPoint x="180" y="184" as="sourcePoint" />
            <mxPoint x="199.85" y="184" as="targetPoint" />
          </mxGeometry>
        </mxCell>
        <mxCell id="aug_to_pipe" edge="1" parent="1" source="aug_container" style="strokeColor=#2D3436;strokeWidth=1.5;endArrow=block;endFill=1;endSize=6;exitX=1.001;exitY=0.243;exitDx=0;exitDy=0;exitPerimeter=0;entryX=-0.004;entryY=0.235;entryDx=0;entryDy=0;entryPerimeter=0;" target="pipeline_container">
          <mxGeometry relative="1" as="geometry">
            <mxPoint x="360" y="182.58000000000007" as="sourcePoint" />
            <mxPoint x="388" y="188" as="targetPoint" />
          </mxGeometry>
        </mxCell>
        <mxCell id="prompt_label" parent="1" style="text;html=1;align=center;verticalAlign=middle;fontSize=10;fontColor=#636e72;rounded=1;" value="&lt;font style=&quot;font-size: 12px;&quot;&gt;&lt;b&gt;Prompt&lt;/b&gt;&lt;/font&gt;" vertex="1">
          <mxGeometry height="14" width="30" x="420" y="91.5" as="geometry" />
        </mxCell>
        <mxCell id="gemini_to_pipe" edge="1" parent="1" source="llm_container" style="strokeColor=#000000;strokeWidth=1;endArrow=block;endFill=1;endSize=6;entryX=0.75;entryY=0;entryDx=0;entryDy=0;exitX=0.75;exitY=1;exitDx=0;exitDy=0;" target="pipeline_container">
          <mxGeometry relative="1" as="geometry">
            <mxPoint x="510" y="90" as="sourcePoint" />
            <mxPoint x="498" y="112" as="targetPoint" />
          </mxGeometry>
        </mxCell>
        <mxCell id="code_label" parent="1" style="text;html=1;align=center;verticalAlign=middle;fontSize=10;fontColor=#636e72;rounded=1;" value="&lt;font style=&quot;font-size: 12px;&quot;&gt;&lt;b&gt;Code&lt;/b&gt;&lt;/font&gt;" vertex="1">
          <mxGeometry height="14" width="30" x="515" y="91.5" as="geometry" />
        </mxCell>
        <mxCell id="harness_to_results" edge="1" parent="1" source="harness_container" style="strokeColor=#2D3436;strokeWidth=1.5;endArrow=block;endFill=1;endSize=6;exitX=1.001;exitY=0.231;exitDx=0;exitDy=0;exitPerimeter=0;entryX=-0.005;entryY=0.232;entryDx=0;entryDy=0;entryPerimeter=0;" target="results_container">
          <mxGeometry relative="1" as="geometry">
            <mxPoint x="768.005" y="180.66300000000004" as="sourcePoint" />
            <mxPoint x="790" y="180" as="targetPoint" />
          </mxGeometry>
        </mxCell>
        <mxCell id="w2Y73H6_pt1177Ohcq_N-19" parent="1" style="text;html=1;whiteSpace=wrap;strokeColor=none;fillColor=none;align=center;verticalAlign=middle;rounded=1;" value="&lt;p style=&quot;line-height: 90%;&quot;&gt;&lt;font color=&quot;#636e72&quot; size=&quot;1&quot; style=&quot;line-height: 80%;&quot;&gt;&lt;span style=&quot;text-wrap-mode: nowrap;&quot;&gt;Source&lt;br&gt;&lt;/span&gt;&lt;span style=&quot;text-wrap-mode: nowrap; background-color: transparent;&quot;&gt;Code&lt;/span&gt;&lt;span style=&quot;text-wrap-mode: nowrap;&quot;&gt;&lt;/span&gt;&lt;/font&gt;&lt;/p&gt;" vertex="1">
          <mxGeometry height="24" width="50" x="162" y="163" as="geometry" />
        </mxCell>
        <mxCell id="benchmark_container_label" parent="1" style="text;html=1;align=center;verticalAlign=middle;fontSize=11;fontColor=#2D3436;fontStyle=1;rounded=1;" value="&lt;font style=&quot;font-size: 16px;&quot;&gt;Benchmark Corpus&lt;/font&gt;" vertex="1">
          <mxGeometry height="20" width="118" x="31.75" y="112" as="geometry" />
        </mxCell>
        <mxCell id="pipe_box1" parent="1" style="rounded=1;whiteSpace=wrap;html=1;arcSize=8;fillColor=#FFFFFF;strokeColor=#0072B2;strokeWidth=1.25;fontSize=10;fontColor=#2D3436;shadow=1;" value="&lt;b&gt;&lt;font style=&quot;font-size: 14px; line-height: 80%;&quot;&gt;Prompt Construction&lt;/font&gt;&lt;/b&gt;" vertex="1">
          <mxGeometry height="40" width="140" x="400" y="136" as="geometry" />
        </mxCell>
        <mxCell id="pipe_box2" parent="1" style="rounded=1;whiteSpace=wrap;html=1;arcSize=8;fillColor=#FFFFFF;strokeColor=#0072B2;strokeWidth=1.25;fontSize=10;fontColor=#2D3436;shadow=1;" value="&lt;b style=&quot;line-height: 80%;&quot;&gt;&lt;font style=&quot;font-size: 14px;&quot;&gt;Code Extraction&lt;/font&gt;&lt;/b&gt;" vertex="1">
          <mxGeometry height="40" width="140" x="400" y="180" as="geometry" />
        </mxCell>
        <mxCell id="stage_1" parent="1" style="ellipse;whiteSpace=wrap;html=1;fillColor=#2D3436;strokeColor=#2D3436;strokeWidth=0;fontSize=9;fontColor=#FFFFFF;fontStyle=1;rounded=1;" value="1" vertex="1">
          <mxGeometry height="16" width="16" x="10" y="100" as="geometry" />
        </mxCell>
        <mxCell id="stage_2" parent="1" style="ellipse;whiteSpace=wrap;html=1;fillColor=#2D3436;strokeColor=#2D3436;strokeWidth=0;fontSize=9;fontColor=#FFFFFF;fontStyle=1;rounded=1;" value="2" vertex="1">
          <mxGeometry height="16" width="16" x="201.5" y="100" as="geometry" />
        </mxCell>
        <mxCell id="stage_3" parent="1" style="ellipse;whiteSpace=wrap;html=1;fillColor=#2D3436;strokeColor=#2D3436;strokeWidth=0;fontSize=9;fontColor=#FFFFFF;fontStyle=1;rounded=1;" value="3" vertex="1">
          <mxGeometry height="16" width="16" x="383" y="102" as="geometry" />
        </mxCell>
        <mxCell id="stage_4" parent="1" style="ellipse;whiteSpace=wrap;html=1;fillColor=#2D3436;strokeColor=#2D3436;strokeWidth=0;fontSize=9;fontColor=#FFFFFF;fontStyle=1;rounded=1;" value="4" vertex="1">
          <mxGeometry height="16" width="16" x="602" y="100" as="geometry" />
        </mxCell>
        <mxCell id="stage_5" parent="1" style="ellipse;whiteSpace=wrap;html=1;fillColor=#2D3436;strokeColor=#2D3436;strokeWidth=0;fontSize=9;fontColor=#FFFFFF;fontStyle=1;rounded=1;" value="5" vertex="1">
          <mxGeometry height="16" width="16" x="787" y="102" as="geometry" />
        </mxCell>
        <mxCell id="harness_to_results_label" parent="1" style="text;html=1;align=center;verticalAlign=middle;fontSize=10;fontColor=#636e72;rounded=1;" value="&lt;font style=&quot;line-height: 90%;&quot;&gt;&lt;font color=&quot;#27ae60&quot;&gt;&lt;b&gt;✅&lt;/b&gt;&lt;/font&gt;&lt;br&gt;&lt;font style=&quot;font-size: 12px;&quot;&gt;JSON&lt;br&gt;verdict&lt;/font&gt;&lt;/font&gt;" vertex="1">
          <mxGeometry height="28" width="42" x="750" y="140" as="geometry" />
        </mxCell>
        <mxCell id="metrics_compact" parent="1" style="text;html=1;align=center;verticalAlign=top;fontSize=10;fontColor=#636e72;spacingLeft=4;rounded=1;" value="&lt;div style=&quot;line-height: 100%;&quot;&gt;&lt;font style=&quot;font-size: 12px; line-height: 100%;&quot;&gt;pass@1&lt;br&gt;pass@k&lt;br&gt;augmentation&amp;nbsp;&lt;/font&gt;&lt;div&gt;&lt;font style=&quot;font-size: 12px; line-height: 100%;&quot;&gt;robustness&lt;br&gt;failure taxonomy&lt;br&gt;Wilson CI&lt;br&gt;McNemar&lt;/font&gt;&lt;/div&gt;&lt;/div&gt;" vertex="1">
          <mxGeometry height="70" width="91" x="818.5" y="316.5" as="geometry" />
        </mxCell>
        <mxCell id="akmjjUN86HI4yd5fyELq-3" parent="1" style="text;html=1;align=center;verticalAlign=middle;rounded=1;" value="&lt;font style=&quot;line-height: 90%;&quot;&gt;&lt;font style=&quot;font-size: 16px;&quot;&gt;&lt;b style=&quot;color: rgb(110, 50, 68); line-height: 90%;&quot;&gt;API &lt;/b&gt;&lt;b style=&quot;line-height: 90%; color: rgb(110, 50, 68);&quot;&gt;&lt;font style=&quot;color: rgb(110, 50, 68);&quot;&gt;Selection&lt;/font&gt;&lt;/b&gt;&lt;br&gt;&lt;/font&gt;&lt;font&gt;&lt;font style=&quot;color: rgb(99, 110, 114); line-height: 90%;&quot;&gt;(&lt;/font&gt;&lt;font style=&quot;line-height: 90%; color: rgb(99, 110, 114);&quot;&gt;35-repo survey, 10 APIs)&lt;/font&gt;&lt;/font&gt;&lt;/font&gt;" vertex="1">
          <mxGeometry height="20" width="120" x="-133" y="120" as="geometry" />
        </mxCell>
        <mxCell id="akmjjUN86HI4yd5fyELq-14" parent="1" style="rounded=1;whiteSpace=wrap;html=1;arcSize=8;fillColor=#FFFFFF;strokeColor=#F04C68;strokeWidth=1.25;fontSize=10;fontColor=#2D3436;shadow=1;align=left;" value="&lt;div style=&quot;line-height: 90%;&quot;&gt;&lt;font style=&quot;color: rgb(110, 50, 68);&quot;&gt;&lt;font style=&quot;font-weight: bold; line-height: 90%; font-size: 14px;&quot;&gt;CUDA&lt;/font&gt;&lt;br&gt;&lt;/font&gt;&lt;font style=&quot;line-height: 90%; color: rgb(99, 110, 114); font-size: 12px;&quot;&gt;GPU-native (source)&lt;/font&gt;&lt;div&gt;&lt;font style=&quot;line-height: 90%; color: rgb(99, 110, 114); font-size: 12px;&quot;&gt;13 / 35 repos - most kernel coverage&lt;/font&gt;&lt;/div&gt;&lt;/div&gt;" vertex="1">
          <mxGeometry height="50" width="120" x="-133" y="150" as="geometry" />
        </mxCell>
        <mxCell id="akmjjUN86HI4yd5fyELq-16" parent="1" style="rounded=1;whiteSpace=wrap;html=1;arcSize=8;fillColor=#FFFFFF;strokeColor=#F04C68;strokeWidth=1.25;fontSize=10;fontColor=#2D3436;shadow=1;align=left;" value="&lt;span style=&quot;line-height: 90%;&quot;&gt;&lt;font style=&quot;color: rgb(110, 50, 68);&quot;&gt;&lt;font style=&quot;font-weight: bold; font-size: 14px;&quot;&gt;OpenMP&lt;/font&gt;&lt;br&gt;&lt;/font&gt;&lt;font style=&quot;color: rgb(99, 110, 114); line-height: 90%; font-size: 12px;&quot;&gt;Directive-based CPU&lt;br&gt;472 kernel pairs&lt;br&gt;(largest CPU target)&lt;/font&gt;&lt;/span&gt;" vertex="1">
          <mxGeometry height="60" width="120" x="-134" y="205" as="geometry" />
        </mxCell>
        <mxCell id="akmjjUN86HI4yd5fyELq-17" parent="1" style="rounded=1;whiteSpace=wrap;html=1;arcSize=8;fillColor=#FFFFFF;strokeColor=#F04C68;strokeWidth=1.25;fontSize=10;fontColor=#2D3436;shadow=1;align=left;" value="&lt;font&gt;&lt;font style=&quot;font-size: 14px;&quot;&gt;&lt;b style=&quot;color: rgb(110, 50, 68);&quot;&gt;OpenMP Offload&lt;/b&gt;&lt;/font&gt;&lt;br&gt;&lt;/font&gt;" vertex="1">
          <mxGeometry height="30" width="120" x="-134" y="335" as="geometry" />
        </mxCell>
        <mxCell id="akmjjUN86HI4yd5fyELq-18" parent="1" style="rounded=1;whiteSpace=wrap;html=1;arcSize=8;fillColor=#FFFFFF;strokeColor=#F04C68;strokeWidth=1.25;fontSize=10;fontColor=#2D3436;shadow=1;align=left;" value="&lt;div style=&quot;line-height: 90%;&quot;&gt;&lt;font style=&quot;color: rgb(110, 50, 68); font-size: 14px;&quot;&gt;&lt;b style=&quot;&quot;&gt;OpenCL&lt;/b&gt;&lt;br&gt;&lt;/font&gt;&lt;font style=&quot;color: rgb(99, 110, 114); line-height: 90%; font-size: 12px;&quot;&gt;Heterogeneous compute;&lt;br&gt;Qualitatively different programming model&lt;/font&gt;&lt;/div&gt;" vertex="1">
          <mxGeometry height="60" width="120" x="-134" y="270" as="geometry" />
        </mxCell>
        <mxCell id="akmjjUN86HI4yd5fyELq-11" parent="1" style="ellipse;whiteSpace=wrap;html=1;fillColor=#2D3436;strokeColor=#2D3436;strokeWidth=0;fontSize=9;fontColor=#FFFFFF;fontStyle=1;rounded=1;" value="0" vertex="1">
          <mxGeometry height="16" width="16" x="-150" y="100" as="geometry" />
        </mxCell>
        <mxCell id="akmjjUN86HI4yd5fyELq-20" parent="1" style="text;html=1;whiteSpace=wrap;strokeColor=none;fillColor=none;align=center;verticalAlign=middle;rounded=1;strokeWidth=1.25;" value="&lt;div style=&quot;line-height: 80%;&quot;&gt;&lt;div&gt;&lt;font style=&quot;line-height: 80%;&quot;&gt;Translated Output matches&amp;nbsp;&lt;span style=&quot;background-color: transparent; color: light-dark(rgb(0, 0, 0), rgb(255, 255, 255));&quot;&gt;expected pattern?&lt;br&gt;&lt;/span&gt;&lt;span style=&quot;background-color: transparent; color: light-dark(rgb(0, 0, 0), rgb(255, 255, 255));&quot;&gt;+&lt;/span&gt;&lt;/font&gt;&lt;/div&gt;&lt;div&gt;&lt;font style=&quot;line-height: 80%;&quot;&gt;&amp;nbsp;Process exited&lt;/font&gt;&lt;/div&gt;&lt;div&gt;&lt;font style=&quot;line-height: 80%;&quot;&gt;&amp;nbsp; cleanly?&lt;/font&gt;&lt;/div&gt;&lt;/div&gt;" vertex="1">
          <mxGeometry height="30" width="110" x="625" y="296" as="geometry" />
        </mxCell>
        <mxCell id="X_smrMtmK8TFg0V116sj-2" parent="1" style="text;html=1;whiteSpace=wrap;strokeColor=none;fillColor=none;align=left;verticalAlign=middle;rounded=1;" value="&lt;font style=&quot;line-height: 80%;&quot;&gt;&lt;font style=&quot;color: rgb(99, 110, 114);&quot;&gt;Excluded: HIP/SYCL = API renaming; OpenACC = low coverage (3/35 repos&lt;/font&gt;&lt;span style=&quot;color: rgb(99, 110, 114); background-color: transparent;&quot;&gt;)&lt;/span&gt;&lt;/font&gt;" vertex="1">
          <mxGeometry height="30" width="125" x="-135.5" y="380" as="geometry" />
        </mxCell>
        <mxCell id="oNcubOaH34LGjMKyqQGY-1" parent="1" style="rounded=1;whiteSpace=wrap;html=1;arcSize=3;fillColor=#DDFFD3;strokeColor=#009900;strokeWidth=2;shadow=1;" value="&lt;b&gt;&lt;font style=&quot;font-size: 14px;&quot;&gt;Spec Config&lt;/font&gt;&lt;/b&gt;" vertex="1">
          <mxGeometry height="30" width="90" x="235" y="443" as="geometry" />
        </mxCell>
        <mxCell id="oNcubOaH34LGjMKyqQGY-2" edge="1" parent="1" source="benchmark_container" style="endArrow=classic;html=1;rounded=1;entryX=0;entryY=0.5;entryDx=0;entryDy=0;exitX=0.5;exitY=1;exitDx=0;exitDy=0;edgeStyle=orthogonalEdgeStyle;curved=0;strokeWidth=1.5;" target="oNcubOaH34LGjMKyqQGY-1" value="">
          <mxGeometry height="50" relative="1" width="50" as="geometry">
            <mxPoint x="140" y="510" as="sourcePoint" />
            <mxPoint x="190" y="460" as="targetPoint" />
          </mxGeometry>
        </mxCell>
        <mxCell id="oNcubOaH34LGjMKyqQGY-3" edge="1" parent="1" source="oNcubOaH34LGjMKyqQGY-1" style="endArrow=classic;html=1;rounded=1;exitX=1;exitY=0.5;exitDx=0;exitDy=0;entryX=0.5;entryY=1;entryDx=0;entryDy=0;strokeWidth=1.5;elbow=vertical;flowAnimation=0;shadow=0;edgeStyle=orthogonalEdgeStyle;" target="harness_container" value="">
          <mxGeometry height="50" relative="1" width="50" as="geometry">
            <mxPoint x="250" y="470" as="sourcePoint" />
            <mxPoint x="480" y="458" as="targetPoint" />
          </mxGeometry>
        </mxCell>
        <mxCell id="dTBirprDGcM_VUs01LYS-1" parent="1" style="text;html=1;whiteSpace=wrap;strokeColor=none;fillColor=none;align=center;verticalAlign=middle;rounded=0;" value="&lt;div style=&quot;line-height: 80%;&quot;&gt;&lt;font style=&quot;font-size: 9px; color: rgb(0, 153, 0);&quot;&gt;&lt;b style=&quot;font-family: &amp;quot;Courier New&amp;quot;; text-wrap-mode: nowrap; line-height: 80%;&quot;&gt;✓BUILD&amp;nbsp;&lt;/b&gt;&lt;b style=&quot;background-color: transparent; text-wrap-mode: nowrap; font-family: &amp;quot;Courier New&amp;quot;; line-height: 80%;&quot;&gt;PASS&lt;/b&gt;&lt;/font&gt;&lt;/div&gt;" vertex="1">
          <mxGeometry height="14" width="44" x="694.25" y="172" as="geometry" />
        </mxCell>
        <mxCell id="dTBirprDGcM_VUs01LYS-3" parent="1" style="text;html=1;whiteSpace=wrap;strokeColor=none;fillColor=none;align=center;verticalAlign=middle;rounded=0;" value="&lt;div style=&quot;line-height: 80%;&quot;&gt;&lt;font style=&quot;font-size: 9px; color: rgb(0, 153, 0);&quot;&gt;&lt;b style=&quot;font-family: &amp;quot;Courier New&amp;quot;; text-wrap-mode: nowrap; line-height: 80%;&quot;&gt;✓RUN&amp;nbsp;&lt;/b&gt;&lt;b style=&quot;background-color: transparent; text-wrap-mode: nowrap; font-family: &amp;quot;Courier New&amp;quot;; line-height: 80%;&quot;&gt;PASS&lt;/b&gt;&lt;/font&gt;&lt;/div&gt;" vertex="1">
          <mxGeometry height="14" width="44" x="694.25" y="225" as="geometry" />
        </mxCell>
        <mxCell id="dTBirprDGcM_VUs01LYS-4" parent="1" style="text;html=1;whiteSpace=wrap;strokeColor=none;fillColor=none;align=center;verticalAlign=middle;rounded=0;" value="&lt;div style=&quot;line-height: 80%;&quot;&gt;&lt;b style=&quot;font-family: &amp;quot;Courier New&amp;quot;; text-wrap-mode: nowrap; line-height: 80%;&quot;&gt;&lt;font style=&quot;color: rgb(204, 0, 0); font-size: 9px;&quot;&gt;&lt;span style=&quot;font-family: Helvetica;&quot;&gt;✗&amp;nbsp;&lt;/span&gt;BUILD FAIL&lt;/font&gt;&lt;/b&gt;&lt;/div&gt;" vertex="1">
          <mxGeometry height="14" width="44" x="621.75" y="174" as="geometry" />
        </mxCell>
        <mxCell id="dTBirprDGcM_VUs01LYS-7" parent="1" style="text;html=1;whiteSpace=wrap;strokeColor=none;fillColor=none;align=center;verticalAlign=middle;rounded=0;" value="&lt;div style=&quot;line-height: 80%;&quot;&gt;&lt;b style=&quot;background-color: transparent; color: light-dark(rgb(0, 0, 0), rgb(255, 255, 255)); text-wrap-mode: nowrap; font-family: &amp;quot;Courier New&amp;quot;; line-height: 9.6px;&quot;&gt;&lt;font style=&quot;color: rgb(204, 0, 0); font-size: 9px;&quot;&gt;&lt;span style=&quot;font-family: Helvetica;&quot;&gt;✗&amp;nbsp;&lt;/span&gt;&lt;/font&gt;&lt;/b&gt;&lt;font face=&quot;Courier New&quot; style=&quot;font-size: 9px;&quot;&gt;&lt;b style=&quot;&quot;&gt;&lt;span style=&quot;text-wrap-mode: nowrap; line-height: 80%;&quot;&gt;&lt;font style=&quot;color: rgb(204, 0, 0);&quot;&gt;RUN&lt;/font&gt;&lt;/span&gt;&lt;span style=&quot;background-color: transparent; color: light-dark(rgb(0, 0, 0), rgb(255, 255, 255)); text-wrap-mode: nowrap; line-height: 80%;&quot;&gt;&lt;font style=&quot;color: rgb(204, 0, 0);&quot;&gt;&amp;nbsp;FAIL&lt;/font&gt;&lt;/span&gt;&lt;/b&gt;&lt;/font&gt;&lt;/div&gt;" vertex="1">
          <mxGeometry height="14" width="44" x="620" y="227" as="geometry" />
        </mxCell>
        <mxCell id="dTBirprDGcM_VUs01LYS-9" parent="1" style="text;html=1;whiteSpace=wrap;strokeColor=none;fillColor=none;align=center;verticalAlign=middle;rounded=0;" value="&lt;div style=&quot;line-height: 80%;&quot;&gt;&lt;b style=&quot;background-color: transparent; color: light-dark(rgb(0, 0, 0), rgb(255, 255, 255)); text-wrap-mode: nowrap; font-family: &amp;quot;Courier New&amp;quot;; line-height: 9.6px;&quot;&gt;&lt;font style=&quot;color: rgb(204, 0, 0); font-size: 9px;&quot;&gt;&lt;span style=&quot;font-family: Helvetica;&quot;&gt;✗&amp;nbsp;&lt;/span&gt;&lt;/font&gt;&lt;/b&gt;&lt;font face=&quot;Courier New&quot; style=&quot;font-size: 9px;&quot;&gt;&lt;b style=&quot;&quot;&gt;&lt;span style=&quot;text-wrap-mode: nowrap; line-height: 80%;&quot;&gt;&lt;font style=&quot;color: rgb(204, 0, 0);&quot;&gt;VERIFY&amp;nbsp;&lt;/font&gt;&lt;/span&gt;&lt;/b&gt;&lt;/font&gt;&lt;b style=&quot;font-size: 9px; font-family: &amp;quot;Courier New&amp;quot;; background-color: transparent; color: light-dark(rgb(0, 0, 0), rgb(255, 255, 255));&quot;&gt;&lt;span style=&quot;background-color: transparent; color: light-dark(rgb(0, 0, 0), rgb(255, 255, 255)); text-wrap-mode: nowrap; line-height: 80%;&quot;&gt;&lt;font style=&quot;color: rgb(204, 0, 0);&quot;&gt;FAIL&lt;/font&gt;&lt;/span&gt;&lt;/b&gt;&lt;/div&gt;" vertex="1">
-           <mxGeometry height="14" width="44" x="621.75" y="344" as="geometry" />
+           <mxGeometry height="14" width="44" x="621.75" y="351" as="geometry" />
        </mxCell>
        <mxCell id="dTBirprDGcM_VUs01LYS-12" edge="1" parent="1" source="oNcubOaH34LGjMKyqQGY-1" style="endArrow=classic;html=1;rounded=1;exitX=1;exitY=0.5;exitDx=0;exitDy=0;entryX=0.5;entryY=1;entryDx=0;entryDy=0;strokeWidth=1.5;edgeStyle=orthogonalEdgeStyle;curved=0;" target="pipeline_container" value="">
          <mxGeometry height="50" relative="1" width="50" as="geometry">
            <mxPoint x="360" y="450" as="sourcePoint" />
            <mxPoint x="410" y="400" as="targetPoint" />
          </mxGeometry>
        </mxCell>
        <mxCell id="pipe_to_harness" edge="1" parent="1" source="pipeline_container" style="strokeColor=#2D3436;strokeWidth=1.5;endArrow=block;endFill=1;endSize=6;entryX=0.002;entryY=0.236;entryDx=0;entryDy=0;exitX=0.997;exitY=0.23;exitDx=0;exitDy=0;exitPerimeter=0;entryPerimeter=0;" target="harness_container">
          <mxGeometry relative="1" as="geometry">
            <mxPoint x="570" y="185" as="sourcePoint" />
            <mxPoint x="620" y="180" as="targetPoint" />
          </mxGeometry>
        </mxCell>
        <mxCell id="akmjjUN86HI4yd5fyELq-25" connectable="0" parent="pipe_to_harness" style="edgeLabel;html=1;align=center;verticalAlign=middle;resizable=0;points=[];fontSize=10;labelBackgroundColor=none;rounded=1;" value="&lt;span&gt;&lt;font style=&quot;color: rgb(99, 110, 114); line-height: 80%; font-size: 12px;&quot;&gt;&lt;font color=&quot;#636e72&quot;&gt;× 3&lt;/font&gt;&lt;br&gt;&lt;font color=&quot;#636e72&quot;&gt;translated&lt;/font&gt;&lt;br&gt;&lt;font color=&quot;#636e72&quot;&gt;samples&lt;/font&gt;&lt;/font&gt;&lt;/span&gt;" vertex="1">
          <mxGeometry relative="1" x="-0.2059" as="geometry">
            <mxPoint x="5" y="-32" as="offset" />
          </mxGeometry>
        </mxCell>
        <mxCell id="XA73II8EeV_vrwSH96aa-1" parent="1" style="rounded=1;whiteSpace=wrap;html=1;arcSize=10;fillColor=#FFFFFF;strokeColor=#D48A35;strokeWidth=1.25;fontSize=12;shadow=1;dashed=1;" value="&lt;div style=&quot;line-height: 90%;&quot;&gt;&lt;b&gt;&lt;font style=&quot;line-height: 80%;&quot;&gt;+ New Suites via JSON Spec&lt;/font&gt;&lt;/b&gt;&lt;/div&gt;" vertex="1">
          <mxGeometry height="30" width="140" x="21.5" y="394" as="geometry" />
        </mxCell>
        <mxCell id="XA73II8EeV_vrwSH96aa-3" parent="1" style="rounded=1;whiteSpace=wrap;html=1;arcSize=10;fillColor=#FFFFFF;strokeColor=#D48A35;strokeWidth=1.25;fontSize=12;shadow=1;" value="&lt;div style=&quot;line-height: 90%;&quot;&gt;&lt;span style=&quot;text-align: left;&quot;&gt;&lt;font style=&quot;line-height: 80%;&quot;&gt;206 JSON specs, 96 curated, 87 eval-eligible (35 unique kernels)&lt;/font&gt;&lt;/span&gt;&lt;/div&gt;" vertex="1">
          <mxGeometry height="40" width="140" x="22" y="134" as="geometry" />
        </mxCell>
        <mxCell id="CcTL0GXSQhMWMThOCQUU-1" parent="1" style="text;html=1;whiteSpace=wrap;strokeColor=none;fillColor=none;align=center;verticalAlign=middle;rounded=0;" value="&lt;div style=&quot;line-height: 80%;&quot;&gt;&lt;font style=&quot;font-size: 9px; color: rgb(0, 153, 0);&quot;&gt;&lt;b style=&quot;font-family: &amp;quot;Courier New&amp;quot;; text-wrap-mode: nowrap; line-height: 80%;&quot;&gt;✓VERIFY&amp;nbsp;&lt;/b&gt;&lt;b style=&quot;background-color: transparent; text-wrap-mode: nowrap; font-family: &amp;quot;Courier New&amp;quot;; line-height: 80%;&quot;&gt;PASS&lt;/b&gt;&lt;/font&gt;&lt;/div&gt;" vertex="1">
-           <mxGeometry height="14" width="44" x="694.25" y="343" as="geometry" />
+           <mxGeometry height="14" width="44" x="694.25" y="350" as="geometry" />
        </mxCell>
        <mxCell id="nLdTz7dRjFeBb1wtbQrp-4" edge="1" parent="1" source="pipeline_container" style="strokeColor=#000000;strokeWidth=1;endArrow=block;endFill=1;endSize=6;exitX=0.5;exitY=0;exitDx=0;exitDy=0;entryX=0.5;entryY=1;entryDx=0;entryDy=0;" target="llm_container">
          <mxGeometry relative="1" as="geometry">
            <mxPoint x="476.5" y="85" as="sourcePoint" />
            <mxPoint x="460" y="90" as="targetPoint" />
          </mxGeometry>
        </mxCell>
        <mxCell id="akmjjUN86HI4yd5fyELq-19" edge="1" parent="1" source="akmjjUN86HI4yd5fyELq-2" style="strokeColor=#2D3436;strokeWidth=1.5;endArrow=block;endFill=1;endSize=6;exitX=1;exitY=0.25;exitDx=0;exitDy=0;entryX=0;entryY=0.25;entryDx=0;entryDy=0;rounded=1;curved=0;" target="benchmark_container">
          <mxGeometry relative="1" as="geometry">
            <mxPoint x="-20" y="184" as="sourcePoint" />
            <mxPoint x="10" y="184" as="targetPoint" />
          </mxGeometry>
+         </mxCell>
+         <mxCell id="3aBJ8jcNtJlFBT6OCD4E-1" parent="1" style="text;whiteSpace=wrap;html=1;align=center;" value="&lt;font&gt;&lt;font style=&quot;forced-color-adjust: none; color: rgb(0, 0, 0); font-family: Helvetica; font-style: normal; font-variant-ligatures: normal; font-variant-caps: normal; font-weight: 400; letter-spacing: normal; orphans: 2; text-indent: 0px; text-transform: none; widows: 2; word-spacing: 0px; -webkit-text-stroke-width: 0px; white-space: nowrap; text-decoration-thickness: initial; text-decoration-style: initial; text-decoration-color: initial;&quot;&gt;&lt;b style=&quot;forced-color-adjust: none; line-height: 11px;&quot;&gt;&lt;font style=&quot;forced-color-adjust: none;&quot;&gt;&lt;font face=&quot;Helvetica&quot; style=&quot;forced-color-adjust: none; color: rgb(0, 114, 178);&quot;&gt;&lt;font style=&quot;forced-color-adjust: none;&quot;&gt;&lt;font style=&quot;forced-color-adjust: none;&quot;&gt;142 pairs&amp;nbsp;&lt;/font&gt;&lt;/font&gt;&lt;/font&gt;&lt;/font&gt;&lt;/b&gt;&lt;b style=&quot;forced-color-adjust: none; color: light-dark(rgb(0, 0, 0), rgb(255, 255, 255)); line-height: 11px;&quot;&gt;&lt;font style=&quot;forced-color-adjust: none;&quot;&gt;&lt;font face=&quot;Helvetica&quot; style=&quot;forced-color-adjust: none; color: rgb(0, 114, 178);&quot;&gt;&lt;span class=&quot;Yjhzub&quot; data-sfc-root=&quot;c&quot; data-sfc-cb=&quot;&quot; data-processed=&quot;true&quot; style=&quot;forced-color-adjust: none; caret-color: rgb(10, 10, 10); text-wrap-mode: wrap; text-decoration-thickness: auto; text-decoration-style: solid;&quot;&gt;×3 models&lt;br style=&quot;forced-color-adjust: none;&quot;&gt;&lt;/span&gt;&lt;/font&gt;&lt;/font&gt;&lt;/b&gt;&lt;/font&gt;&lt;b style=&quot;forced-color-adjust: none; color: light-dark(rgb(0, 0, 0), rgb(255, 255, 255)); font-family: Helvetica; font-style: normal; font-variant-ligatures: normal; font-variant-caps: normal; letter-spacing: normal; orphans: 2; text-indent: 0px; text-transform: none; widows: 2; word-spacing: 0px; -webkit-text-stroke-width: 0px; white-space: nowrap; background-color: transparent; text-decoration-thickness: initial; text-decoration-style: initial; text-decoration-color: initial; line-height: 10px;&quot;&gt;&lt;font style=&quot;forced-color-adjust: none;&quot;&gt;&lt;span style=&quot;forced-color-adjust: none; color: rgb(0, 114, 178); background-color: transparent;&quot;&gt;&lt;font style=&quot;forced-color-adjust: none;&quot;&gt;&lt;span style=&quot;forced-color-adjust: none; background-color: transparent;&quot;&gt;&lt;span class=&quot;Yjhzub&quot; data-sfc-root=&quot;c&quot; data-sfc-cb=&quot;&quot; data-processed=&quot;true&quot; style=&quot;forced-color-adjust: none; text-wrap-mode: wrap; text-decoration-thickness: auto; text-decoration-style: solid; caret-color: rgb(10, 10, 10);&quot;&gt;L0-conditional ablation =&amp;nbsp;&lt;br style=&quot;forced-color-adjust: none;&quot;&gt;&lt;/span&gt;&lt;/span&gt;&lt;b style=&quot;forced-color-adjust: none; background-color: transparent; color: light-dark(rgb(0, 0, 0), rgb(255, 255, 255)); line-height: 11px;&quot;&gt;&lt;font style=&quot;forced-color-adjust: none;&quot;&gt;&lt;span style=&quot;forced-color-adjust: none; color: rgb(0, 114, 178); background-color: transparent;&quot;&gt;&lt;span style=&quot;forced-color-adjust: none; background-color: transparent;&quot;&gt;&lt;span class=&quot;Yjhzub&quot; data-sfc-root=&quot;c&quot; data-sfc-cb=&quot;&quot; data-processed=&quot;true&quot; style=&quot;forced-color-adjust: none; text-wrap-mode: wrap; text-decoration-thickness: auto; text-decoration-style: solid; caret-color: rgb(10, 10, 10);&quot;&gt;2,262 records&lt;/span&gt;&lt;/span&gt;&lt;/span&gt;&lt;/font&gt;&lt;/b&gt;&lt;/font&gt;&lt;/span&gt;&lt;/font&gt;&lt;/b&gt;&lt;/font&gt;" vertex="1">
+           <mxGeometry height="70" width="170" x="385" y="321" as="geometry" />
        </mxCell>
      </root>
    </mxGraphModel>
  </diagram>
</mxfile>
